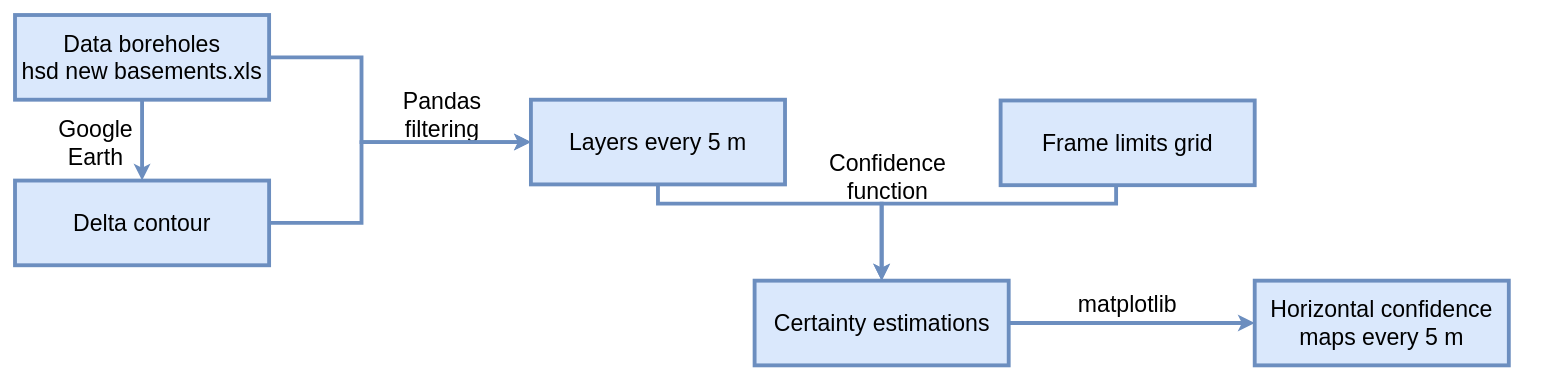
dcabezas98/confidence-knn-stratigraphic-visualization keeps this draw.io diagram as diagrams/horizontal confidence maps.drawio. Above is the earlier version. Source tidied: cells renumbered, new cells numbered last; positions are measured from the earlier drawing's top-left corner, leaving out a move shared by most shapes. Both pictures are drawn from the tidied source at 77%, with x=0, y=0 at pixel (15, 15).
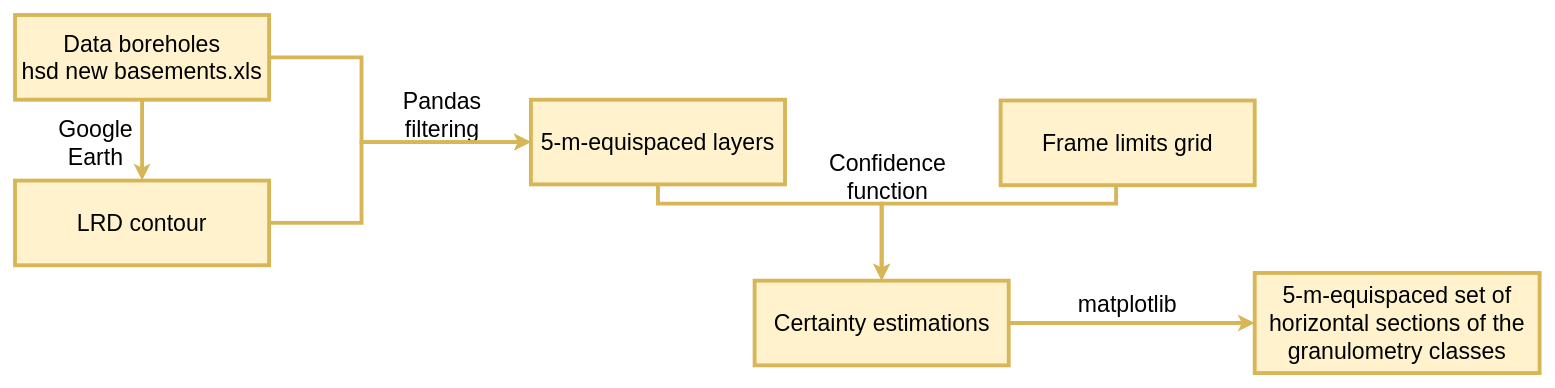
The same page after the edit.

Change to the diagram source:
```diff
@@
-    <mxCell id="2" value="Pandas filtering" style="text;html=1;strokeColor=none;fillColor=none;align=center;verticalAlign=middle;whiteSpace=wrap;rounded=0;fontFamily=Helvetica;fontSize=30;" parent="1" vertex="1">
+    <mxCell id="2" value="Pandas filtering" style="text;html=1;align=center;verticalAlign=middle;whiteSpace=wrap;rounded=0;fontFamily=Helvetica;fontSize=30;" parent="1" vertex="1">
       <mxGeometry x="470" y="85" width="170" height="90" as="geometry" />
     </mxCell>
-    <mxCell id="3" value="Google&lt;br style=&quot;font-size: 30px;&quot;&gt;Earth" style="text;html=1;strokeColor=none;fillColor=none;align=center;verticalAlign=middle;whiteSpace=wrap;rounded=0;fontFamily=Helvetica;fontSize=30;" parent="1" vertex="1">
+    <mxCell id="3" value="Google&lt;br style=&quot;font-size: 30px;&quot;&gt;Earth" style="text;html=1;align=center;verticalAlign=middle;whiteSpace=wrap;rounded=0;fontFamily=Helvetica;fontSize=30;" parent="1" vertex="1">
       <mxGeometry x="40" y="126" width="130" height="80" as="geometry" />
     </mxCell>
-    <mxCell id="4" value="&lt;div&gt;Confidence function&lt;/div&gt;" style="text;html=1;strokeColor=none;fillColor=none;align=center;verticalAlign=middle;whiteSpace=wrap;rounded=0;fontFamily=Helvetica;fontSize=30;" parent="1" vertex="1">
+    <mxCell id="4" value="&lt;div&gt;Confidence function&lt;/div&gt;" style="text;html=1;align=center;verticalAlign=middle;whiteSpace=wrap;rounded=0;fontFamily=Helvetica;fontSize=30;" parent="1" vertex="1">
       <mxGeometry x="1040" y="161" width="187" height="97" as="geometry" />
     </mxCell>
-    <mxCell id="5" value="matplotlib" style="text;html=1;strokeColor=none;fillColor=none;align=center;verticalAlign=middle;whiteSpace=wrap;rounded=0;fontFamily=Helvetica;fontSize=30;" parent="1" vertex="1">
+    <mxCell id="5" value="matplotlib" style="text;html=1;align=center;verticalAlign=middle;whiteSpace=wrap;rounded=0;fontFamily=Helvetica;fontSize=30;" parent="1" vertex="1">
       <mxGeometry x="1295" y="355" width="300" height="40" as="geometry" />
     </mxCell>
-    <mxCell id="6" style="edgeStyle=orthogonalEdgeStyle;rounded=0;jettySize=auto;html=1;exitX=0.5;exitY=1;exitDx=0;exitDy=0;fontSize=30;fillColor=#dae8fc;strokeColor=#6c8ebf;strokeWidth=5;" parent="1" edge="1" source="8" target="10">
+    <mxCell id="6" style="edgeStyle=orthogonalEdgeStyle;rounded=0;jettySize=auto;html=1;exitX=0.5;exitY=1;exitDx=0;exitDy=0;fontSize=30;fillColor=#fff2cc;strokeColor=#d6b656;strokeWidth=5;" parent="1" edge="1" source="8" target="10">
       <mxGeometry relative="1" as="geometry" />
     </mxCell>
-    <mxCell id="7" style="edgeStyle=orthogonalEdgeStyle;rounded=0;jettySize=auto;html=1;exitX=1;exitY=0.5;exitDx=0;exitDy=0;entryX=0;entryY=0.5;entryDx=0;entryDy=0;fontSize=30;strokeWidth=5;fillColor=#dae8fc;strokeColor=#6c8ebf;" parent="1" edge="1" source="8" target="12">
+    <mxCell id="7" style="edgeStyle=orthogonalEdgeStyle;rounded=0;jettySize=auto;html=1;exitX=1;exitY=0.5;exitDx=0;exitDy=0;entryX=0;entryY=0.5;entryDx=0;entryDy=0;fontSize=30;strokeWidth=5;fillColor=#fff2cc;strokeColor=#d6b656;" parent="1" edge="1" source="8" target="12">
       <mxGeometry relative="1" as="geometry">
         <Array as="points">
           <mxPoint x="450" y="55" />
           <mxPoint x="450" y="165" />
         </Array>
       </mxGeometry>
     </mxCell>
-    <mxCell id="8" value="&lt;div style=&quot;font-size: 30px;&quot;&gt;Data boreholes&lt;br style=&quot;font-size: 30px;&quot;&gt;&lt;/div&gt;&lt;div style=&quot;font-size: 30px;&quot;&gt;hsd new basements.xls&lt;/div&gt;" style="rounded=0;whiteSpace=wrap;html=1;fontSize=30;fillColor=#dae8fc;strokeColor=#6c8ebf;strokeWidth=5;" parent="1" vertex="1">
+    <mxCell id="8" value="&lt;div style=&quot;font-size: 30px;&quot;&gt;Data boreholes&lt;br style=&quot;font-size: 30px;&quot;&gt;&lt;/div&gt;&lt;div style=&quot;font-size: 30px;&quot;&gt;hsd new basements.xls&lt;/div&gt;" style="rounded=0;whiteSpace=wrap;html=1;fontSize=30;fillColor=#fff2cc;strokeColor=#d6b656;strokeWidth=5;" parent="1" vertex="1">
       <mxGeometry width="330" height="110" as="geometry" />
     </mxCell>
-    <mxCell id="9" style="edgeStyle=orthogonalEdgeStyle;rounded=0;jettySize=auto;html=1;exitX=1;exitY=0.5;exitDx=0;exitDy=0;entryX=0;entryY=0.5;entryDx=0;entryDy=0;fontSize=30;strokeWidth=5;fillColor=#dae8fc;strokeColor=#6c8ebf;" parent="1" edge="1" source="10" target="12">
+    <mxCell id="9" style="edgeStyle=orthogonalEdgeStyle;rounded=0;jettySize=auto;html=1;exitX=1;exitY=0.5;exitDx=0;exitDy=0;entryX=0;entryY=0.5;entryDx=0;entryDy=0;fontSize=30;strokeWidth=5;fillColor=#fff2cc;strokeColor=#d6b656;" parent="1" edge="1" source="10" target="12">
       <mxGeometry relative="1" as="geometry">
         <Array as="points">
           <mxPoint x="450" y="270" />
           <mxPoint x="450" y="165" />
         </Array>
       </mxGeometry>
     </mxCell>
-    <mxCell id="10" value="Delta contour" style="rounded=0;whiteSpace=wrap;html=1;fontSize=30;fillColor=#dae8fc;strokeColor=#6c8ebf;strokeWidth=5;" parent="1" vertex="1">
+    <mxCell id="10" value="LRD contour" style="rounded=0;whiteSpace=wrap;html=1;fontSize=30;fillColor=#fff2cc;strokeColor=#d6b656;strokeWidth=5;" parent="1" vertex="1">
       <mxGeometry y="215" width="330" height="110" as="geometry" />
     </mxCell>
-    <mxCell id="11" style="edgeStyle=orthogonalEdgeStyle;rounded=0;jettySize=auto;html=1;exitX=0.5;exitY=1;exitDx=0;exitDy=0;entryX=0.5;entryY=0;entryDx=0;entryDy=0;fontSize=30;strokeWidth=5;fillColor=#dae8fc;strokeColor=#6c8ebf;" parent="1" edge="1" source="12" target="16">
+    <mxCell id="11" style="edgeStyle=orthogonalEdgeStyle;rounded=0;jettySize=auto;html=1;exitX=0.5;exitY=1;exitDx=0;exitDy=0;entryX=0.5;entryY=0;entryDx=0;entryDy=0;fontSize=30;strokeWidth=5;fillColor=#fff2cc;strokeColor=#d6b656;" parent="1" edge="1" source="12" target="16">
       <mxGeometry relative="1" as="geometry">
         <Array as="points">
           <mxPoint x="835" y="245" />
           <mxPoint x="1126" y="245" />
         </Array>
       </mxGeometry>
     </mxCell>
-    <mxCell id="12" value="Layers every 5 m" style="rounded=0;whiteSpace=wrap;html=1;fontSize=30;fillColor=#dae8fc;strokeColor=#6c8ebf;strokeWidth=5;" parent="1" vertex="1">
+    <mxCell id="12" value="5-m-equispaced layers" style="rounded=0;whiteSpace=wrap;html=1;fontSize=30;fillColor=#fff2cc;strokeColor=#d6b656;strokeWidth=5;" parent="1" vertex="1">
       <mxGeometry x="670" y="110" width="330" height="110" as="geometry" />
     </mxCell>
-    <mxCell id="13" style="edgeStyle=orthogonalEdgeStyle;rounded=0;jettySize=auto;html=1;exitX=0.5;exitY=1;exitDx=0;exitDy=0;entryX=0.5;entryY=0;entryDx=0;entryDy=0;fontSize=30;strokeWidth=5;fillColor=#dae8fc;strokeColor=#6c8ebf;" parent="1" edge="1" source="14" target="16">
+    <mxCell id="13" style="edgeStyle=orthogonalEdgeStyle;rounded=0;jettySize=auto;html=1;exitX=0.5;exitY=1;exitDx=0;exitDy=0;entryX=0.5;entryY=0;entryDx=0;entryDy=0;fontSize=30;strokeWidth=5;fillColor=#fff2cc;strokeColor=#d6b656;" parent="1" edge="1" source="14" target="16">
       <mxGeometry relative="1" as="geometry">
         <Array as="points">
           <mxPoint x="1430" y="221" />
           <mxPoint x="1430" y="245" />
           <mxPoint x="1126" y="245" />
         </Array>
       </mxGeometry>
     </mxCell>
-    <mxCell id="14" value="Frame limits grid" style="rounded=0;whiteSpace=wrap;html=1;fontSize=30;fillColor=#dae8fc;strokeColor=#6c8ebf;strokeWidth=5;" parent="1" vertex="1">
+    <mxCell id="14" value="Frame limits grid" style="rounded=0;whiteSpace=wrap;html=1;fontSize=30;fillColor=#fff2cc;strokeColor=#d6b656;strokeWidth=5;" parent="1" vertex="1">
       <mxGeometry x="1280" y="111" width="330" height="110" as="geometry" />
     </mxCell>
-    <mxCell id="15" style="edgeStyle=orthogonalEdgeStyle;rounded=0;jettySize=auto;html=1;exitX=1;exitY=0.5;exitDx=0;exitDy=0;fontSize=30;strokeWidth=5;fillColor=#dae8fc;strokeColor=#6c8ebf;" parent="1" edge="1" source="16" target="17">
+    <mxCell id="15" style="edgeStyle=orthogonalEdgeStyle;rounded=0;jettySize=auto;html=1;exitX=1;exitY=0.5;exitDx=0;exitDy=0;fontSize=30;strokeWidth=5;fillColor=#fff2cc;strokeColor=#d6b656;" parent="1" edge="1" source="16" target="17">
       <mxGeometry relative="1" as="geometry">
         <Array as="points">
           <mxPoint x="1390" y="400" />
           <mxPoint x="1390" y="400" />
         </Array>
       </mxGeometry>
     </mxCell>
-    <mxCell id="16" value="Certainty estimations" style="rounded=0;whiteSpace=wrap;html=1;fontSize=30;fillColor=#dae8fc;strokeColor=#6c8ebf;strokeWidth=5;" parent="1" vertex="1">
+    <mxCell id="16" value="Certainty estimations" style="rounded=0;whiteSpace=wrap;html=1;fontSize=30;fillColor=#fff2cc;strokeColor=#d6b656;strokeWidth=5;" parent="1" vertex="1">
       <mxGeometry x="960.5" y="345" width="330" height="110" as="geometry" />
     </mxCell>
-    <mxCell id="17" value="&lt;div style=&quot;font-size: 30px;&quot;&gt;Horizontal confidence maps every 5 m&lt;/div&gt;" style="rounded=0;whiteSpace=wrap;html=1;fontSize=30;fillColor=#dae8fc;strokeColor=#6c8ebf;strokeWidth=5;" parent="1" vertex="1">
-      <mxGeometry x="1610" y="345" width="330" height="110" as="geometry" />
+    <mxCell id="17" value="5-m-equispaced set of horizontal sections of the granulometry classes" style="rounded=0;whiteSpace=wrap;html=1;fontSize=30;fillColor=#fff2cc;strokeColor=#d6b656;strokeWidth=5;" parent="1" vertex="1">
+      <mxGeometry x="1610" y="335" width="370" height="130" as="geometry" />
     </mxCell>
```
